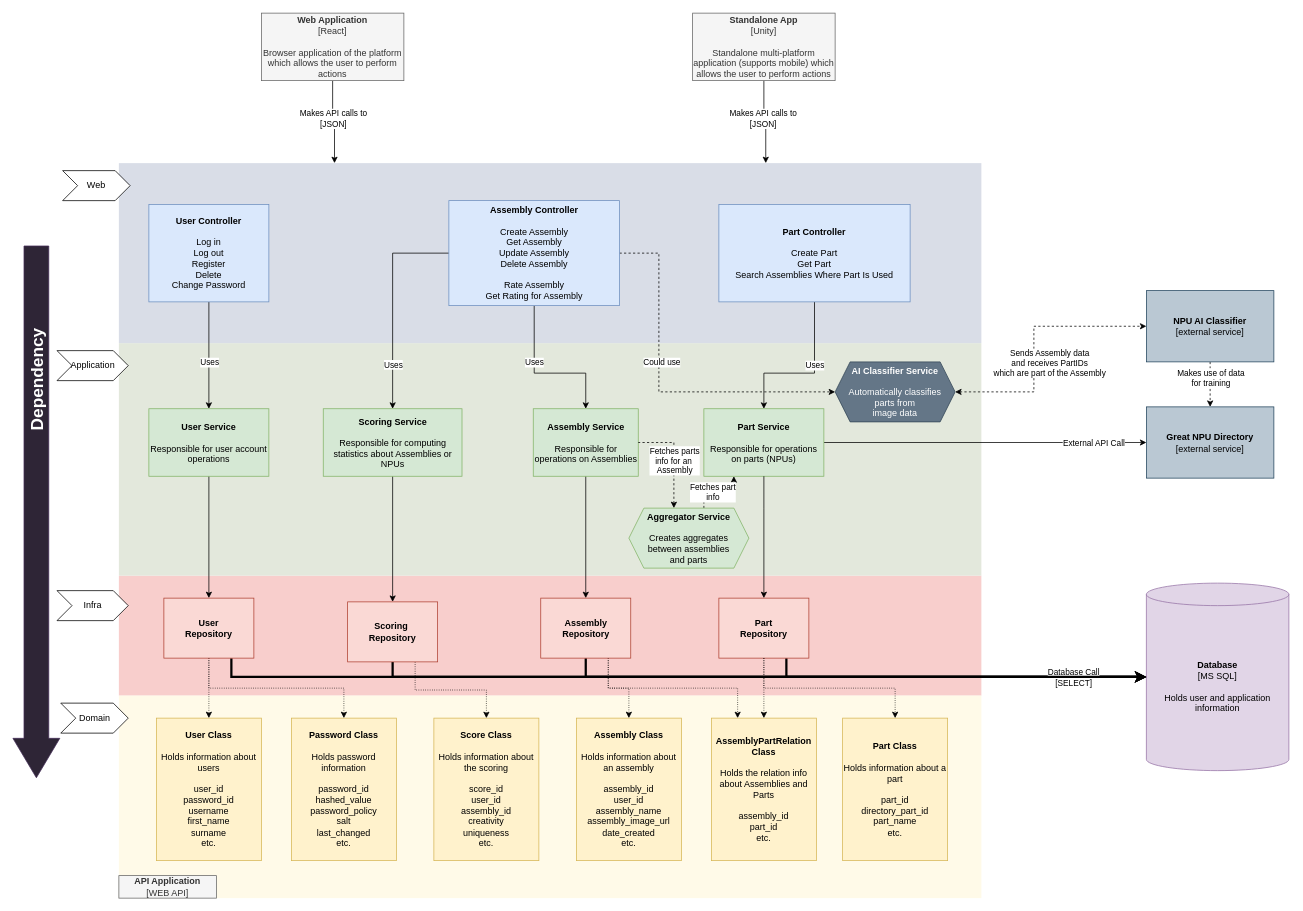
Before: Documentation/Level 3.drawio in rarepops/BrickConnect, a draw.io diagram. Source tidied: cells renumbered, new cells numbered last; positions are measured from the earlier drawing's top-left corner, leaving out a move shared by most shapes. Both pictures are drawn from the tidied source at 75%, with x=0, y=0 at pixel (36, 13).
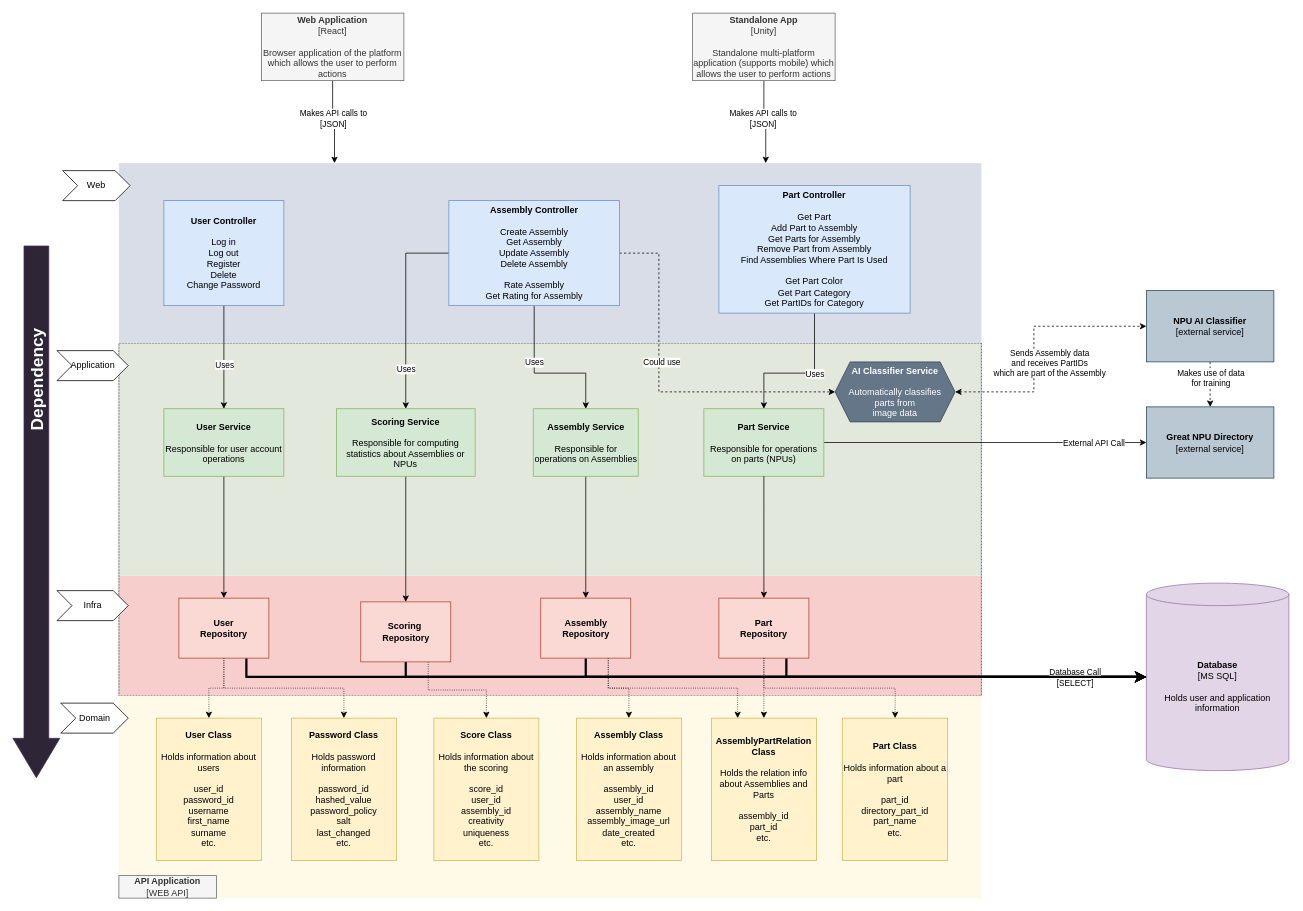
The same diagram, later.

The change refers to these unchanged cells:
```xml
<mxCell id="30" value="&lt;b&gt;Assembly Service&lt;br&gt;&lt;/b&gt;&lt;br&gt;Responsible for operations on Assemblies" style="rounded=0;whiteSpace=wrap;html=1;fillColor=#d5e8d4;strokeColor=#82b366;" parent="1" vertex="1">
  <mxGeometry x="662.5" y="527.5" width="140" height="90" as="geometry" />
</mxCell>
<mxCell id="33" value="&lt;b&gt;Part Service&lt;br&gt;&lt;/b&gt;&lt;br&gt;Responsible for operations on parts (NPUs)" style="rounded=0;whiteSpace=wrap;html=1;fillColor=#d5e8d4;strokeColor=#82b366;" parent="1" vertex="1">
  <mxGeometry x="890" y="527.5" width="160" height="90" as="geometry" />
</mxCell>
<mxCell id="40" value="&lt;b&gt;Database&lt;/b&gt;&lt;br&gt;[MS SQL]&lt;br&gt;&lt;br&gt;Holds user and application information&lt;br&gt;" style="shape=cylinder3;whiteSpace=wrap;html=1;boundedLbl=1;backgroundOutline=1;size=15;fillColor=#e1d5e7;strokeColor=#9673a6;" parent="1" vertex="1">
  <mxGeometry x="1480" y="760" width="190" height="250" as="geometry" />
</mxCell>
```

The edit, as a diff of the source:
```diff
@@
+    <mxCell id="77" style="rounded=0;whiteSpace=wrap;html=1;strokeColor=default;fillColor=none;strokeWidth=1;dashed=1;dashPattern=1 1;" parent="1" vertex="1">
+      <mxGeometry x="110" y="440" width="1150" height="470" as="geometry" />
+    </mxCell>
@@
     <mxCell id="16" value="&lt;b&gt;User Controller&lt;/b&gt;&lt;br&gt;&lt;br&gt;Log in&lt;br&gt;Log out&lt;br&gt;Register&lt;br&gt;Delete&lt;br&gt;Change Password" style="rounded=0;whiteSpace=wrap;html=1;fillColor=#dae8fc;strokeColor=#6c8ebf;" parent="1" vertex="1">
-      <mxGeometry x="150" y="255" width="160" height="130" as="geometry" />
+      <mxGeometry x="170" y="250" width="160" height="140" as="geometry" />
     </mxCell>
@@
-    <mxCell id="26" value="&lt;b&gt;Part Controller&lt;/b&gt;&lt;br&gt;&lt;br&gt;Create Part&lt;br style=&quot;border-color: var(--border-color);&quot;&gt;Get Part&lt;br&gt;Search Assemblies Where Part Is Used" style="rounded=0;whiteSpace=wrap;html=1;fillColor=#dae8fc;strokeColor=#6c8ebf;" parent="1" vertex="1">
-      <mxGeometry x="910" y="255" width="255" height="130" as="geometry" />
+    <mxCell id="26" value="&lt;b&gt;Part Controller&lt;/b&gt;&lt;br&gt;&lt;br style=&quot;border-color: var(--border-color);&quot;&gt;Get Part&lt;br&gt;Add Part to Assembly&lt;br&gt;Get Parts for Assembly&lt;br&gt;Remove Part from Assembly&lt;br&gt;Find Assemblies Where Part Is Used&lt;br&gt;&lt;br style=&quot;border-color: var(--border-color);&quot;&gt;Get Part Color&lt;br style=&quot;border-color: var(--border-color);&quot;&gt;Get Part Category&lt;br style=&quot;border-color: var(--border-color);&quot;&gt;Get PartIDs for Category" style="rounded=0;whiteSpace=wrap;html=1;fillColor=#dae8fc;strokeColor=#6c8ebf;" parent="1" vertex="1">
+      <mxGeometry x="910" y="230" width="255" height="170" as="geometry" />
     </mxCell>
@@
     <mxCell id="28" value="&lt;b&gt;User Service&lt;br&gt;&lt;/b&gt;&lt;br&gt;Responsible for user account operations" style="rounded=0;whiteSpace=wrap;html=1;fillColor=#d5e8d4;strokeColor=#82b366;" parent="1" vertex="1">
-      <mxGeometry x="150" y="527.5" width="160" height="90" as="geometry" />
+      <mxGeometry x="170" y="527.5" width="160" height="90" as="geometry" />
     </mxCell>
@@
     <mxCell id="35" value="&lt;b&gt;Scoring Service&lt;br&gt;&lt;/b&gt;&lt;br&gt;Responsible for computing statistics about Assemblies or NPUs" style="rounded=0;whiteSpace=wrap;html=1;fillColor=#d5e8d4;strokeColor=#82b366;" parent="1" vertex="1">
-      <mxGeometry x="382.5" y="527.5" width="185" height="90" as="geometry" />
+      <mxGeometry x="400" y="527.5" width="185" height="90" as="geometry" />
     </mxCell>
@@
-    <mxCell id="42" style="edgeStyle=orthogonalEdgeStyle;rounded=0;jettySize=auto;html=1;exitX=0.375;exitY=0;exitDx=0;exitDy=0;entryX=1;entryY=0.5;entryDx=0;entryDy=0;startArrow=classic;startFill=1;endArrow=none;endFill=0;dashed=1;" parent="1" edge="1" source="46" target="30">
-      <mxGeometry relative="1" as="geometry">
-        <Array as="points">
-          <mxPoint x="850" y="572" />
-        </Array>
-      </mxGeometry>
-    </mxCell>
-    <mxCell id="43" value="Fetches parts&lt;br&gt;info for an&amp;nbsp;&lt;br&gt;Assembly" style="edgeLabel;html=1;align=center;verticalAlign=middle;" parent="42" vertex="1">
-      <mxGeometry x="-0.15" relative="1" as="geometry">
-        <mxPoint y="-7" as="offset" />
-      </mxGeometry>
-    </mxCell>
-    <mxCell id="44" style="edgeStyle=orthogonalEdgeStyle;rounded=0;jettySize=auto;html=1;exitX=0.625;exitY=0;exitDx=0;exitDy=0;entryX=0.25;entryY=1;entryDx=0;entryDy=0;dashed=1;" parent="1" edge="1" source="46" target="33">
-      <mxGeometry relative="1" as="geometry">
-        <Array as="points">
-          <mxPoint x="890" y="640" />
-          <mxPoint x="930" y="640" />
-        </Array>
-      </mxGeometry>
-    </mxCell>
-    <mxCell id="45" value="Fetches part&lt;br&gt;info" style="edgeLabel;html=1;align=center;verticalAlign=middle;" parent="44" vertex="1">
-      <mxGeometry x="0.2" y="1" relative="1" as="geometry">
-        <mxPoint x="-19" y="-1" as="offset" />
-      </mxGeometry>
-    </mxCell>
-    <mxCell id="46" value="&lt;b&gt;Aggregator Service&lt;/b&gt;&lt;br&gt;&lt;br&gt;Creates aggregates&lt;br&gt;between assemblies&lt;br&gt;and parts" style="shape=hexagon;perimeter=hexagonPerimeter2;whiteSpace=wrap;html=1;fixedSize=1;fillColor=#d5e8d4;strokeColor=#82b366;" parent="1" vertex="1">
-      <mxGeometry x="790" y="660" width="160" height="80" as="geometry" />
-    </mxCell>
@@
-    <mxCell id="48" value="Infra" style="shape=step;perimeter=stepPerimeter;whiteSpace=wrap;html=1;fixedSize=1;" parent="1" vertex="1">
-      <mxGeometry x="27.5" y="770" width="95" height="40" as="geometry" />
-    </mxCell>
@@
     <mxCell id="51" style="edgeStyle=orthogonalEdgeStyle;rounded=0;jettySize=auto;html=1;exitX=0.75;exitY=1;exitDx=0;exitDy=0;entryX=0;entryY=0.5;entryDx=0;entryDy=0;entryPerimeter=0;strokeWidth=3;" parent="1" edge="1" source="54" target="40">
       <mxGeometry relative="1" as="geometry">
         <Array as="points">
-          <mxPoint x="260" y="885" />
+          <mxPoint x="280" y="885" />
         </Array>
       </mxGeometry>
     </mxCell>
@@
     <mxCell id="54" value="&lt;b&gt;User &lt;br&gt;Repository&lt;/b&gt;" style="rounded=0;whiteSpace=wrap;html=1;fillColor=#fad9d5;strokeColor=#ae4132;" parent="1" vertex="1">
-      <mxGeometry x="170" y="780" width="120" height="80" as="geometry" />
+      <mxGeometry x="190" y="780" width="120" height="80" as="geometry" />
     </mxCell>
@@
     <mxCell id="59" style="edgeStyle=orthogonalEdgeStyle;rounded=0;jettySize=auto;html=1;exitX=0.5;exitY=1;exitDx=0;exitDy=0;entryX=0;entryY=0.5;entryDx=0;entryDy=0;entryPerimeter=0;strokeWidth=3;" parent="1" edge="1" source="62" target="40">
       <mxGeometry relative="1" as="geometry">
         <Array as="points">
-          <mxPoint x="475" y="885" />
+          <mxPoint x="492" y="885" />
         </Array>
       </mxGeometry>
     </mxCell>
@@
     <mxCell id="62" value="&lt;b style=&quot;border-color: var(--border-color);&quot;&gt;Scoring&amp;nbsp;&lt;br&gt;&lt;/b&gt;&lt;b&gt;Repository&lt;/b&gt;" style="rounded=0;whiteSpace=wrap;html=1;fillColor=#fad9d5;strokeColor=#ae4132;" parent="1" vertex="1">
-      <mxGeometry x="415" y="785" width="120" height="80" as="geometry" />
+      <mxGeometry x="432.5" y="785" width="120" height="80" as="geometry" />
     </mxCell>
@@
+    <mxCell id="48" value="Infra" style="shape=step;perimeter=stepPerimeter;whiteSpace=wrap;html=1;fixedSize=1;" parent="1" vertex="1">
+      <mxGeometry x="27.5" y="770" width="95" height="40" as="geometry" />
+    </mxCell>
```
